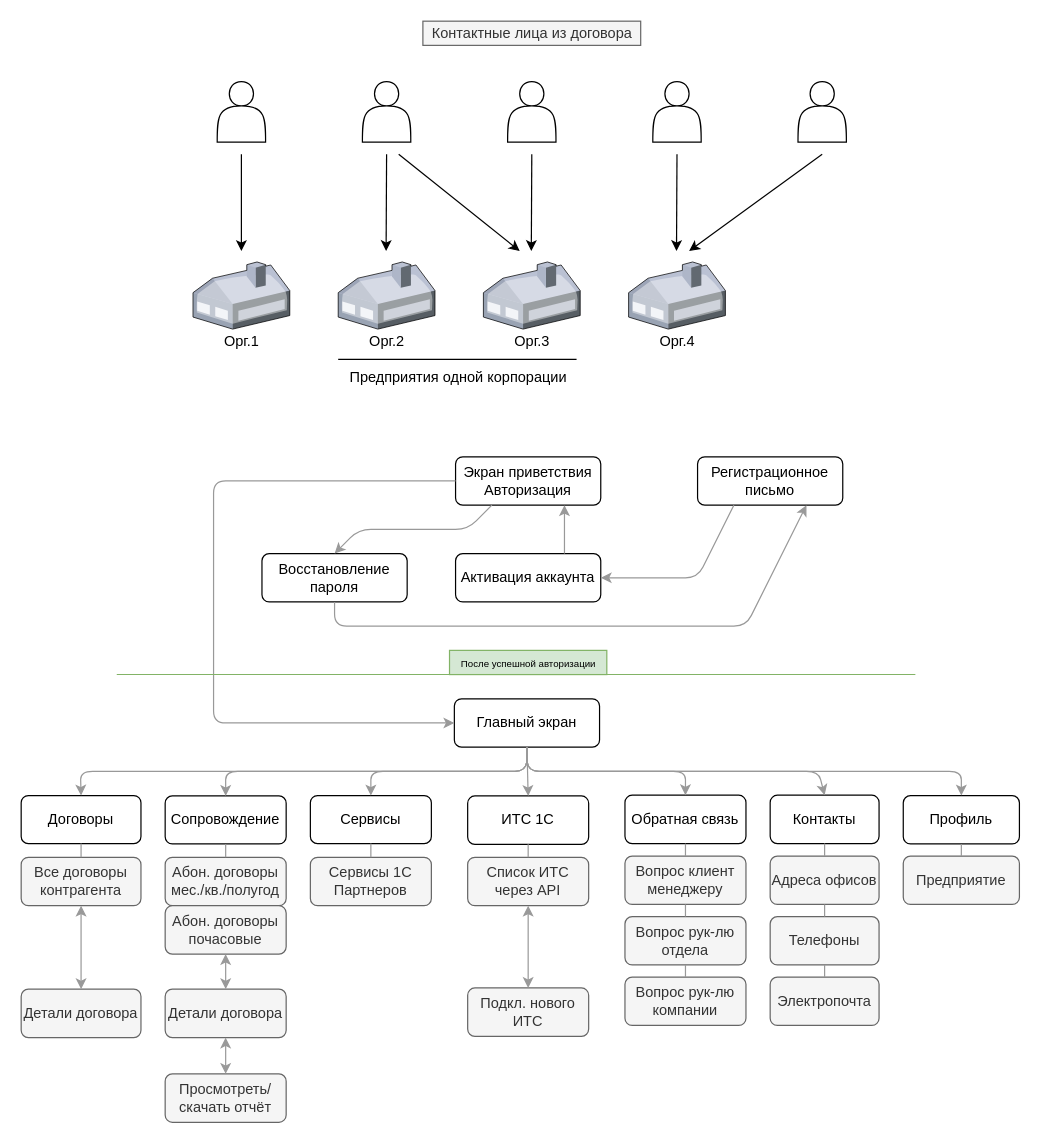
Earlier version of the draw.io diagram Диаграмма без названия.drawio (gerasimv/DRAWIO_SCHEME). Source tidied: cells renumbered, new cells numbered last; positions are measured from the earlier drawing's top-left corner, leaving out a move shared by most shapes. Both pictures are drawn from the tidied source at 121%, with x=0, y=0 at pixel (21, 21).
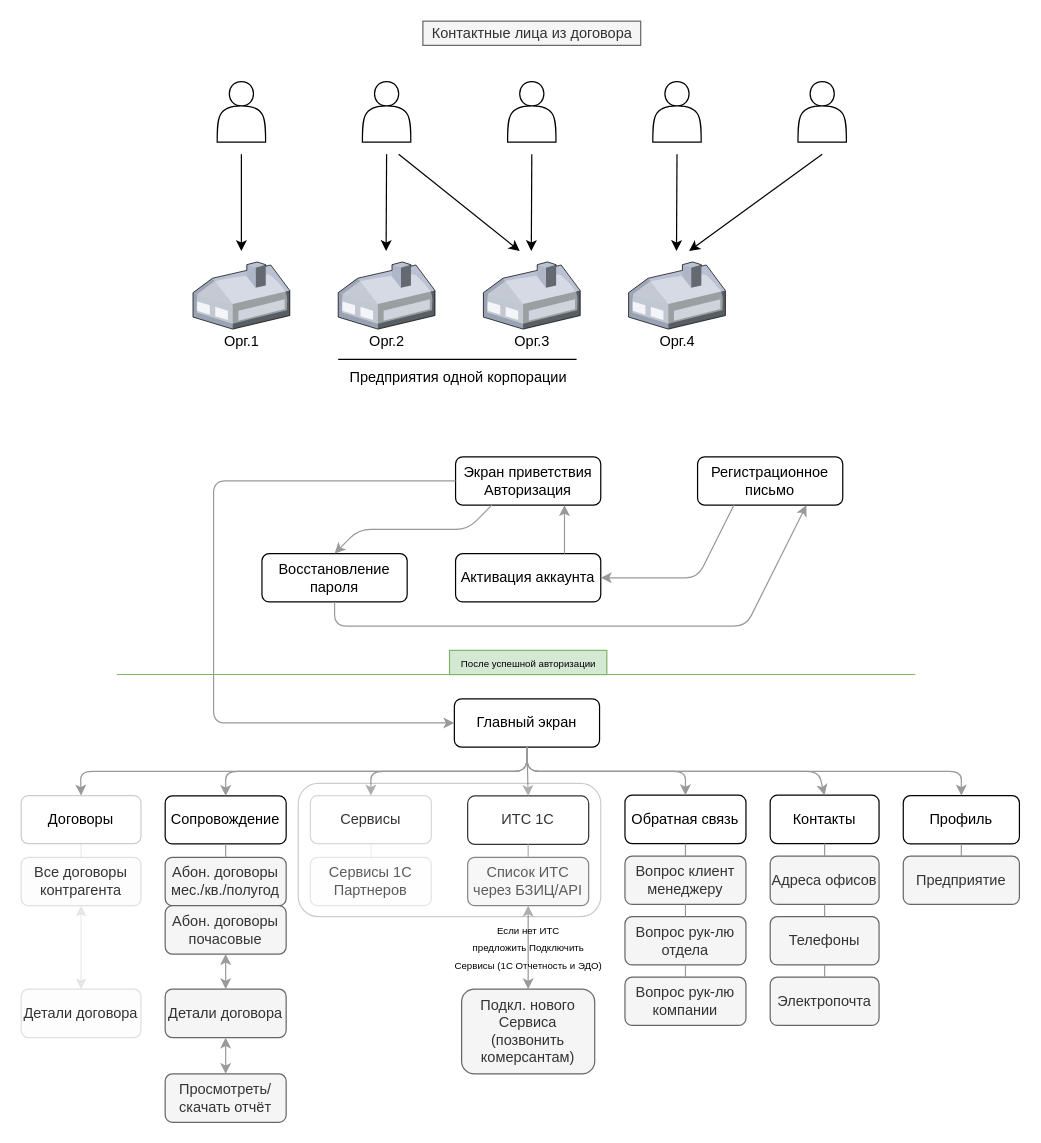
The same page after the edit.

What changed in the source:
```diff
@@
-    <mxCell id="34" value="Сервисы" style="rounded=1;whiteSpace=wrap;html=1;" parent="1" vertex="1">
+    <mxCell id="34" value="Сервисы" style="rounded=1;whiteSpace=wrap;html=1;opacity=20;" parent="1" vertex="1">
       <mxGeometry x="239" y="640" width="100" height="39.7" as="geometry" />
     </mxCell>
@@
-    <mxCell id="40" value="Договоры" style="rounded=1;whiteSpace=wrap;html=1;" parent="1" vertex="1">
+    <mxCell id="40" value="Договоры" style="rounded=1;whiteSpace=wrap;html=1;opacity=20;" parent="1" vertex="1">
       <mxGeometry y="640" width="99" height="39.7" as="geometry" />
     </mxCell>
@@
-    <mxCell id="51" value="Подкл. нового ИТС" style="rounded=1;whiteSpace=wrap;html=1;fillColor=#f5f5f5;fontColor=#333333;strokeColor=#666666;" parent="1" vertex="1">
-      <mxGeometry x="369" y="799" width="100" height="40" as="geometry" />
+    <mxCell id="51" value="Подкл. нового Сервиса (позвонить комерсантам)" style="rounded=1;whiteSpace=wrap;html=1;fillColor=#f5f5f5;fontColor=#333333;strokeColor=#666666;" parent="1" vertex="1">
+      <mxGeometry x="364" y="800" width="110" height="70" as="geometry" />
     </mxCell>
@@
-    <mxCell id="65" value="Список ИТС через API" style="rounded=1;whiteSpace=wrap;html=1;fillColor=#f5f5f5;fontColor=#333333;strokeColor=#666666;" parent="1" vertex="1">
+    <mxCell id="65" value="Список ИТС через БЗИЦ/API" style="rounded=1;whiteSpace=wrap;html=1;fillColor=#f5f5f5;fontColor=#333333;strokeColor=#666666;" parent="1" vertex="1">
       <mxGeometry x="369" y="691" width="100" height="40" as="geometry" />
     </mxCell>
@@
-    <mxCell id="68" value="Сервисы 1С Партнеров" style="rounded=1;whiteSpace=wrap;html=1;fillColor=#f5f5f5;fontColor=#333333;strokeColor=#666666;" parent="1" vertex="1">
+    <mxCell id="68" value="Сервисы 1С Партнеров" style="rounded=1;whiteSpace=wrap;html=1;fillColor=#f5f5f5;fontColor=#333333;strokeColor=#666666;opacity=20;" parent="1" vertex="1">
       <mxGeometry x="239" y="691" width="100" height="40" as="geometry" />
     </mxCell>
-    <mxCell id="69" style="endArrow=none;html=1;rounded=0;fontSize=8;strokeColor=#999999;entryX=0.5;entryY=1;entryDx=0;entryDy=0;exitX=0.5;exitY=0;exitDx=0;exitDy=0;" parent="1" edge="1" source="68" target="34">
+    <mxCell id="69" style="endArrow=none;html=1;rounded=0;fontSize=8;strokeColor=#999999;entryX=0.5;entryY=1;entryDx=0;entryDy=0;exitX=0.5;exitY=0;exitDx=0;exitDy=0;opacity=20;" parent="1" edge="1" source="68" target="34">
       <mxGeometry relative="1" as="geometry" />
     </mxCell>
@@
-    <mxCell id="72" value="Все договоры&lt;br&gt;контрагента" style="rounded=1;whiteSpace=wrap;html=1;fillColor=#f5f5f5;fontColor=#333333;strokeColor=#666666;" parent="1" vertex="1">
+    <mxCell id="72" value="Все договоры&lt;br&gt;контрагента" style="rounded=1;whiteSpace=wrap;html=1;fillColor=#f5f5f5;fontColor=#333333;strokeColor=#666666;opacity=20;" parent="1" vertex="1">
       <mxGeometry y="691" width="99" height="40" as="geometry" />
     </mxCell>
@@
-    <mxCell id="75" style="endArrow=none;html=1;rounded=0;fontSize=8;strokeColor=#999999;entryX=0.5;entryY=1;entryDx=0;entryDy=0;exitX=0.5;exitY=0;exitDx=0;exitDy=0;" parent="1" edge="1" source="72" target="40">
+    <mxCell id="75" style="endArrow=none;html=1;rounded=0;fontSize=8;strokeColor=#999999;entryX=0.5;entryY=1;entryDx=0;entryDy=0;exitX=0.5;exitY=0;exitDx=0;exitDy=0;opacity=20;" parent="1" edge="1" source="72" target="40">
       <mxGeometry relative="1" as="geometry" />
     </mxCell>
-    <mxCell id="76" value="Детали договора" style="rounded=1;whiteSpace=wrap;html=1;fillColor=#f5f5f5;fontColor=#333333;strokeColor=#666666;" parent="1" vertex="1">
+    <mxCell id="76" value="Детали договора" style="rounded=1;whiteSpace=wrap;html=1;fillColor=#f5f5f5;fontColor=#333333;strokeColor=#666666;opacity=20;" parent="1" vertex="1">
       <mxGeometry y="800" width="99" height="40" as="geometry" />
     </mxCell>
-    <mxCell id="77" style="endArrow=classic;html=1;rounded=1;exitX=0.5;exitY=1;exitDx=0;exitDy=0;strokeColor=#999999;entryX=0.5;entryY=0;entryDx=0;entryDy=0;startArrow=classic;startFill=1;" parent="1" edge="1" source="72" target="76">
+    <mxCell id="77" style="endArrow=classic;html=1;rounded=1;exitX=0.5;exitY=1;exitDx=0;exitDy=0;strokeColor=#999999;entryX=0.5;entryY=0;entryDx=0;entryDy=0;startArrow=classic;startFill=1;opacity=20;" parent="1" edge="1" source="72" target="76">
       <mxGeometry relative="1" as="geometry" />
     </mxCell>
@@
+    <mxCell id="82" value="&lt;font style=&quot;font-size: 8px;&quot;&gt;Если нет ИТС&lt;br&gt;предложить Подключить&lt;br&gt;Сервисы (1С Отчетность и ЭДО)&lt;/font&gt;" style="text;html=1;align=center;verticalAlign=middle;strokeColor=none;fillColor=none;" parent="1" vertex="1">
+      <mxGeometry x="349" y="740" width="140" height="50" as="geometry" />
+    </mxCell>
+    <mxCell id="83" style="rounded=1;whiteSpace=wrap;html=1;opacity=20;" parent="1" vertex="1">
+      <mxGeometry x="229" y="630" width="250" height="110" as="geometry" />
+    </mxCell>
```
